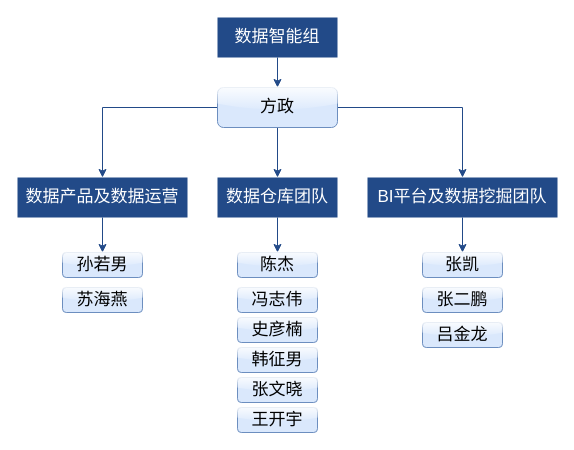
fangzheng0518/draw keeps this draw.io diagram as pet_data_warehouse/数据团队组织架构.drawio. Above is the earlier version. Source tidied: cells renumbered, new cells numbered last; positions are measured from the earlier drawing's top-left corner, leaving out a move shared by most shapes. Both pictures are drawn from the tidied source at 100%, with x=0, y=0 at pixel (17, 17).
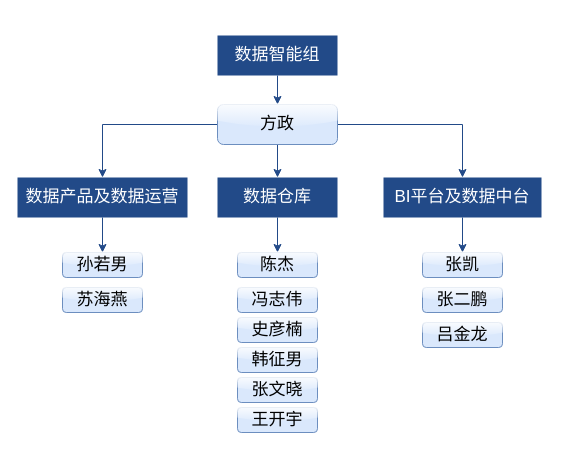
After the change.

Commit message (it also covers changes not shown here):
更新数据团队组织架构.drawio

Change to the diagram source:
```diff
@@
     <mxCell id="3" value="&lt;font style=&quot;font-size: 17px&quot;&gt;数据智能组&lt;/font&gt;" style="rounded=0;whiteSpace=wrap;html=1;fontColor=#FFFFFF;fillColor=#224a88;strokeColor=none;" parent="1" vertex="1">
-      <mxGeometry x="200" width="120" height="40" as="geometry" />
+      <mxGeometry x="200" y="18" width="120" height="40" as="geometry" />
     </mxCell>
@@
     <mxCell id="7" value="&lt;span style=&quot;font-size: 17px&quot;&gt;方政&lt;/span&gt;" style="rounded=1;whiteSpace=wrap;html=1;strokeColor=#6c8ebf;fillColor=#dae8fc;glass=1;" parent="1" vertex="1">
-      <mxGeometry x="200" y="70" width="120" height="40" as="geometry" />
+      <mxGeometry x="200" y="87" width="120" height="40" as="geometry" />
     </mxCell>
@@
-    <mxCell id="9" value="&lt;span style=&quot;font-size: 17px&quot;&gt;数据仓库团队&lt;/span&gt;" style="rounded=0;whiteSpace=wrap;html=1;fontColor=#FFFFFF;fillColor=#224a88;strokeColor=none;" parent="1" vertex="1">
+    <mxCell id="9" value="&lt;span style=&quot;font-size: 17px&quot;&gt;数据仓库&lt;/span&gt;" style="rounded=0;whiteSpace=wrap;html=1;fontColor=#FFFFFF;fillColor=#224a88;strokeColor=none;" parent="1" vertex="1">
       <mxGeometry x="200" y="160" width="120" height="40" as="geometry" />
     </mxCell>
@@
-    <mxCell id="11" value="&lt;span style=&quot;font-size: 17px&quot;&gt;BI平台及数据挖掘团队&lt;/span&gt;" style="rounded=0;whiteSpace=wrap;html=1;fontColor=#FFFFFF;strokeColor=none;fillColor=#224a88;" parent="1" vertex="1">
-      <mxGeometry x="350" y="160" width="190" height="40" as="geometry" />
+    <mxCell id="11" value="&lt;span style=&quot;font-size: 17px&quot;&gt;BI平台及数据中台&lt;/span&gt;" style="rounded=0;whiteSpace=wrap;html=1;fontColor=#FFFFFF;strokeColor=none;fillColor=#224a88;" parent="1" vertex="1">
+      <mxGeometry x="366" y="160" width="158" height="40" as="geometry" />
     </mxCell>
```
